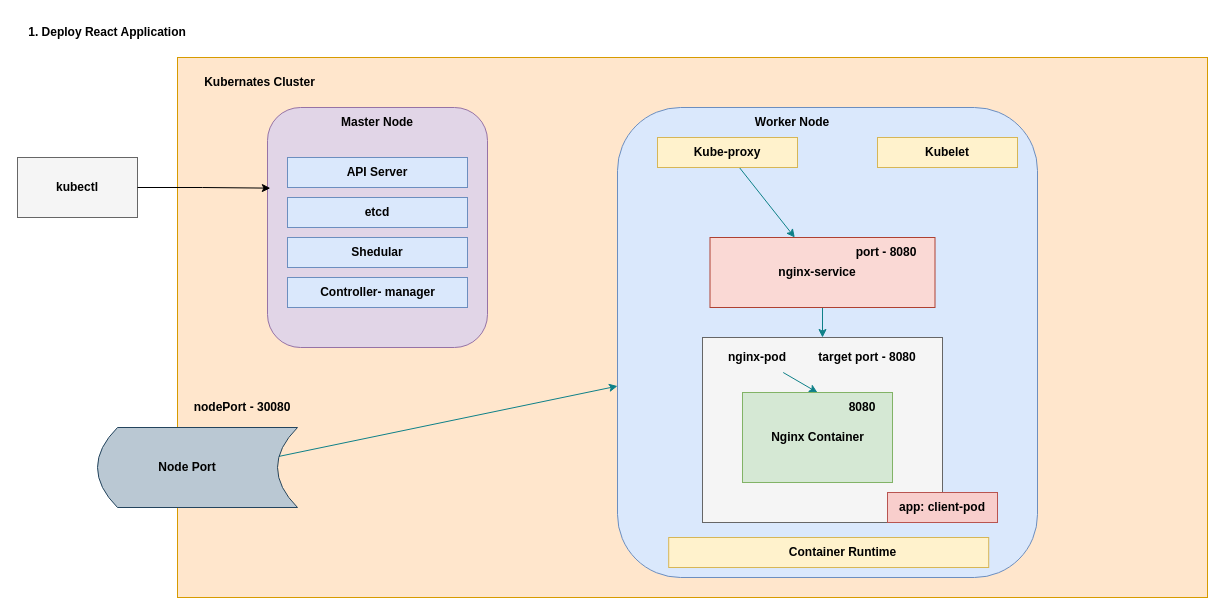
The draw.io diagram nginx-deployment.drawio in JeralSandeeptha/nginx-kubernates-deployment, before the edit. Source tidied: cells renumbered, new cells numbered last; positions are measured from the earlier drawing's top-left corner, leaving out a move shared by most shapes. Both pictures are drawn from the tidied source at 100%, with x=0, y=0 at pixel (17, 17).
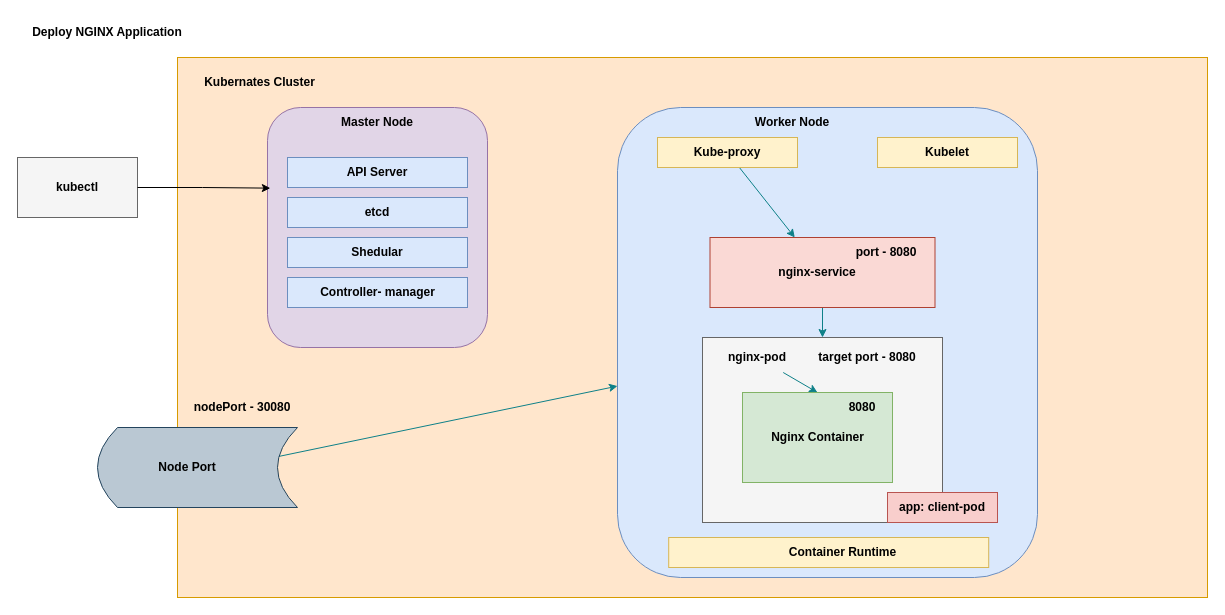
The same page after the edit.

Diff of the diagram source:
```diff
@@
-    <mxCell id="2" value="1. Deploy React Application" style="text;html=1;align=center;verticalAlign=middle;whiteSpace=wrap;rounded=0;fontStyle=1;" parent="1" vertex="1">
+    <mxCell id="2" value="Deploy NGINX Application" style="text;html=1;align=center;verticalAlign=middle;whiteSpace=wrap;rounded=0;fontStyle=1;" parent="1" vertex="1">
       <mxGeometry width="180" height="30" as="geometry" />
     </mxCell>
```
